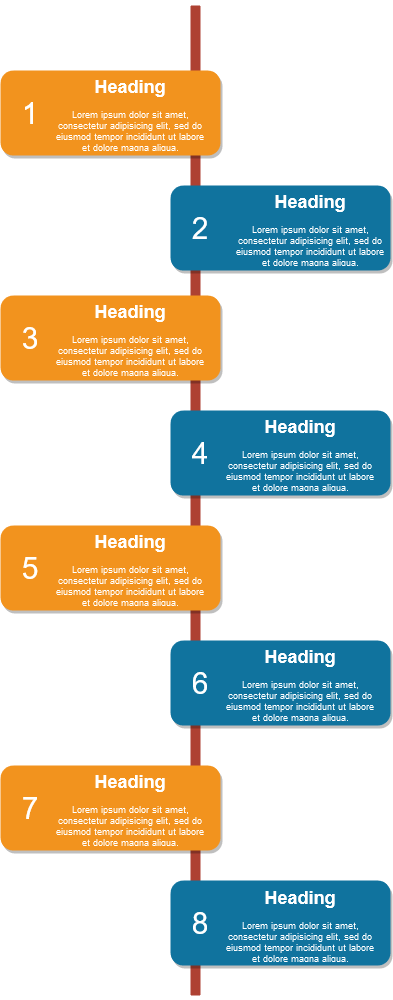
Above: SSDLCProcess.png in Lino-DC/SDLC (draw.io), before the change. Source tidied: cells renumbered, new cells last; positions are measured from the earlier drawing's top-left corner, leaving out a move shared by most shapes.
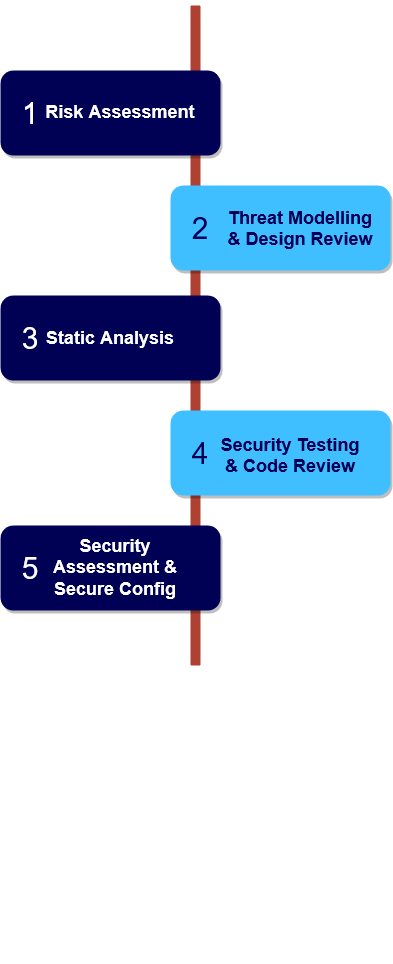
The same file after the commit.

Change to the diagram source:
```diff
@@ -3,77 +3,56 @@
     <mxCell id="0" />
     <mxCell id="1" parent="0" />
     <mxCell id="2" style="line;strokeWidth=10;direction=south;html=1;fillColor=none;fontSize=13;fontColor=#000000;align=center;strokeColor=#AE4132;" parent="1" vertex="1">
-      <mxGeometry x="190" width="10" height="990" as="geometry" />
+      <mxGeometry x="190" width="10" height="660" as="geometry" />
     </mxCell>
-    <mxCell id="3" style="rounded=1;whiteSpace=wrap;html=1;strokeColor=none;strokeWidth=1;fillColor=#F2931E;fontSize=13;fontColor=#FFFFFF;align=center;gradientColor=none;gradientDirection=east;verticalAlign=top;shadow=1;" parent="1" vertex="1">
+    <mxCell id="3" style="rounded=1;whiteSpace=wrap;html=1;strokeColor=none;strokeWidth=1;fillColor=#000054;fontSize=13;fontColor=#FFFFFF;align=center;gradientColor=none;gradientDirection=east;verticalAlign=top;shadow=1;" parent="1" vertex="1">
       <mxGeometry y="65" width="220" height="85" as="geometry" />
     </mxCell>
     <mxCell id="4" value="1" style="text;html=1;strokeColor=none;fillColor=none;align=center;verticalAlign=middle;whiteSpace=wrap;fontSize=30;fontColor=#FFFFFF;" parent="1" vertex="1">
       <mxGeometry x="10" y="98" width="40" height="20" as="geometry" />
     </mxCell>
-    <mxCell id="5" style="rounded=1;whiteSpace=wrap;html=1;strokeColor=none;strokeWidth=1;fillColor=#10739E;fontSize=13;fontColor=#FFFFFF;align=center;gradientColor=none;gradientDirection=east;verticalAlign=top;shadow=1;" parent="1" vertex="1">
+    <mxCell id="5" style="rounded=1;whiteSpace=wrap;html=1;strokeColor=none;strokeWidth=1;fillColor=#3FBFFF;fontSize=13;fontColor=#FFFFFF;align=center;gradientColor=none;gradientDirection=east;verticalAlign=top;shadow=1;" parent="1" vertex="1">
       <mxGeometry x="170" y="180" width="220" height="85" as="geometry" />
     </mxCell>
-    <mxCell id="6" value="2" style="text;html=1;strokeColor=none;fillColor=none;align=center;verticalAlign=middle;whiteSpace=wrap;fontSize=30;fontColor=#FFFFFF;" parent="1" vertex="1">
+    <mxCell id="6" value="2" style="text;html=1;strokeColor=none;fillColor=none;align=center;verticalAlign=middle;whiteSpace=wrap;fontSize=30;fontColor=#000054;" parent="1" vertex="1">
       <mxGeometry x="180" y="213" width="40" height="20" as="geometry" />
     </mxCell>
-    <mxCell id="7" style="rounded=1;whiteSpace=wrap;html=1;strokeColor=none;strokeWidth=1;fillColor=#F2931E;fontSize=13;fontColor=#FFFFFF;align=center;gradientColor=none;gradientDirection=east;verticalAlign=top;shadow=1;" parent="1" vertex="1">
+    <mxCell id="7" style="rounded=1;whiteSpace=wrap;html=1;strokeColor=none;strokeWidth=1;fillColor=#000054;fontSize=13;fontColor=#FFFFFF;align=center;gradientColor=none;gradientDirection=east;verticalAlign=top;shadow=1;" parent="1" vertex="1">
       <mxGeometry y="290" width="220" height="85" as="geometry" />
     </mxCell>
     <mxCell id="8" value="3" style="text;html=1;strokeColor=none;fillColor=none;align=center;verticalAlign=middle;whiteSpace=wrap;fontSize=30;fontColor=#FFFFFF;" parent="1" vertex="1">
       <mxGeometry x="10" y="323" width="40" height="20" as="geometry" />
     </mxCell>
-    <mxCell id="9" style="rounded=1;whiteSpace=wrap;html=1;strokeColor=none;strokeWidth=1;fillColor=#10739E;fontSize=13;fontColor=#FFFFFF;align=center;gradientColor=none;gradientDirection=east;verticalAlign=top;shadow=1;" parent="1" vertex="1">
+    <mxCell id="9" style="rounded=1;whiteSpace=wrap;html=1;strokeColor=none;strokeWidth=1;fillColor=#3FBFFF;fontSize=13;fontColor=#FFFFFF;align=center;gradientColor=none;gradientDirection=east;verticalAlign=top;shadow=1;" parent="1" vertex="1">
       <mxGeometry x="170" y="405" width="220" height="85" as="geometry" />
     </mxCell>
-    <mxCell id="10" value="4" style="text;html=1;strokeColor=none;fillColor=none;align=center;verticalAlign=middle;whiteSpace=wrap;fontSize=30;fontColor=#FFFFFF;" parent="1" vertex="1">
+    <mxCell id="10" value="4" style="text;html=1;strokeColor=none;fillColor=none;align=center;verticalAlign=middle;whiteSpace=wrap;fontSize=30;fontColor=#000054;" parent="1" vertex="1">
       <mxGeometry x="180" y="438" width="40" height="20" as="geometry" />
     </mxCell>
-    <mxCell id="11" style="rounded=1;whiteSpace=wrap;html=1;strokeColor=none;strokeWidth=1;fillColor=#F2931E;fontSize=13;fontColor=#FFFFFF;align=center;gradientColor=none;gradientDirection=east;verticalAlign=top;shadow=1;" parent="1" vertex="1">
+    <mxCell id="11" style="rounded=1;whiteSpace=wrap;html=1;strokeColor=none;strokeWidth=1;fillColor=#000054;fontSize=13;fontColor=#FFFFFF;align=center;gradientColor=none;gradientDirection=east;verticalAlign=top;shadow=1;" parent="1" vertex="1">
       <mxGeometry y="520" width="220" height="85" as="geometry" />
     </mxCell>
     <mxCell id="12" value="5" style="text;html=1;strokeColor=none;fillColor=none;align=center;verticalAlign=middle;whiteSpace=wrap;fontSize=30;fontColor=#FFFFFF;" parent="1" vertex="1">
       <mxGeometry x="10" y="553" width="40" height="20" as="geometry" />
     </mxCell>
-    <mxCell id="13" style="rounded=1;whiteSpace=wrap;html=1;strokeColor=none;strokeWidth=1;fillColor=#10739E;fontSize=13;fontColor=#FFFFFF;align=center;gradientColor=none;gradientDirection=east;verticalAlign=top;shadow=1;" parent="1" vertex="1">
-      <mxGeometry x="170" y="635" width="220" height="85" as="geometry" />
-    </mxCell>
-    <mxCell id="14" value="6" style="text;html=1;strokeColor=none;fillColor=none;align=center;verticalAlign=middle;whiteSpace=wrap;fontSize=30;fontColor=#FFFFFF;" parent="1" vertex="1">
-      <mxGeometry x="180" y="668" width="40" height="20" as="geometry" />
-    </mxCell>
-    <mxCell id="15" style="rounded=1;whiteSpace=wrap;html=1;strokeColor=none;strokeWidth=1;fillColor=#F2931E;fontSize=13;fontColor=#FFFFFF;align=center;gradientColor=none;gradientDirection=east;verticalAlign=top;shadow=1;" parent="1" vertex="1">
-      <mxGeometry y="760" width="220" height="85" as="geometry" />
-    </mxCell>
-    <mxCell id="16" value="7" style="text;html=1;strokeColor=none;fillColor=none;align=center;verticalAlign=middle;whiteSpace=wrap;fontSize=30;fontColor=#FFFFFF;" parent="1" vertex="1">
-      <mxGeometry x="10" y="793" width="40" height="20" as="geometry" />
-    </mxCell>
-    <mxCell id="17" style="rounded=1;whiteSpace=wrap;html=1;strokeColor=none;strokeWidth=1;fillColor=#10739E;fontSize=13;fontColor=#FFFFFF;align=center;gradientColor=none;gradientDirection=east;verticalAlign=top;shadow=1;" parent="1" vertex="1">
-      <mxGeometry x="170" y="875" width="220" height="85" as="geometry" />
-    </mxCell>
-    <mxCell id="18" value="8" style="text;html=1;strokeColor=none;fillColor=none;align=center;verticalAlign=middle;whiteSpace=wrap;fontSize=30;fontColor=#FFFFFF;" parent="1" vertex="1">
-      <mxGeometry x="180" y="908" width="40" height="20" as="geometry" />
-    </mxCell>
-    <mxCell id="19" value="&lt;h1&gt;Heading&lt;/h1&gt;&lt;p&gt;Lorem ipsum dolor sit amet, consectetur adipisicing elit, sed do eiusmod tempor incididunt ut labore et dolore magna aliqua.&lt;/p&gt;" style="text;html=1;spacing=5;spacingTop=-20;whiteSpace=wrap;overflow=hidden;strokeColor=none;strokeWidth=4;fillColor=none;gradientColor=#007FFF;fontSize=9;fontColor=#FFFFFF;align=center;" parent="1" vertex="1">
-      <mxGeometry x="50" y="69" width="160" height="77" as="geometry" />
+    <mxCell id="19" value="&lt;h1&gt;Risk Assessment&lt;br&gt;&lt;/h1&gt;" style="text;html=1;spacing=5;spacingTop=-20;whiteSpace=wrap;overflow=hidden;strokeColor=none;strokeWidth=4;fillColor=none;gradientColor=#007FFF;fontSize=9;fontColor=#FFFFFF;align=center;" parent="1" vertex="1">
+      <mxGeometry x="40" y="93.5" width="160" height="29" as="geometry" />
     </mxCell>
-    <mxCell id="20" value="&lt;h1&gt;Heading&lt;/h1&gt;&lt;p&gt;Lorem ipsum dolor sit amet, consectetur adipisicing elit, sed do eiusmod tempor incididunt ut labore et dolore magna aliqua.&lt;/p&gt;" style="text;html=1;spacing=5;spacingTop=-20;whiteSpace=wrap;overflow=hidden;strokeColor=none;strokeWidth=4;fillColor=none;gradientColor=#007FFF;fontSize=9;fontColor=#FFFFFF;align=center;" parent="1" vertex="1">
-      <mxGeometry x="230" y="184" width="160" height="77" as="geometry" />
+    <mxCell id="20" value="&lt;h1&gt;&lt;font color=&quot;#000054&quot;&gt;Threat Modelling &amp;amp; Design Review&lt;br&gt;&lt;/font&gt;&lt;/h1&gt;" style="text;html=1;spacing=5;spacingTop=-20;whiteSpace=wrap;overflow=hidden;strokeColor=none;strokeWidth=4;fillColor=none;gradientColor=#007FFF;fontSize=9;fontColor=#FFFFFF;align=center;" parent="1" vertex="1">
+      <mxGeometry x="220" y="200" width="160" height="46" as="geometry" />
     </mxCell>
-    <mxCell id="21" value="&lt;h1&gt;Heading&lt;/h1&gt;&lt;p&gt;Lorem ipsum dolor sit amet, consectetur adipisicing elit, sed do eiusmod tempor incididunt ut labore et dolore magna aliqua.&lt;/p&gt;" style="text;html=1;spacing=5;spacingTop=-20;whiteSpace=wrap;overflow=hidden;strokeColor=none;strokeWidth=4;fillColor=none;gradientColor=#007FFF;fontSize=9;fontColor=#FFFFFF;align=center;" parent="1" vertex="1">
-      <mxGeometry x="50" y="294" width="160" height="77" as="geometry" />
+    <mxCell id="21" value="&lt;h1&gt;Static Analysis&lt;br&gt;&lt;/h1&gt;" style="text;html=1;spacing=5;spacingTop=-20;whiteSpace=wrap;overflow=hidden;strokeColor=none;strokeWidth=4;fillColor=none;gradientColor=#007FFF;fontSize=9;fontColor=#FFFFFF;align=center;" parent="1" vertex="1">
+      <mxGeometry x="35" y="320" width="150" height="26" as="geometry" />
     </mxCell>
-    <mxCell id="22" value="&lt;h1&gt;Heading&lt;/h1&gt;&lt;p&gt;Lorem ipsum dolor sit amet, consectetur adipisicing elit, sed do eiusmod tempor incididunt ut labore et dolore magna aliqua.&lt;/p&gt;" style="text;html=1;spacing=5;spacingTop=-20;whiteSpace=wrap;overflow=hidden;strokeColor=none;strokeWidth=4;fillColor=none;gradientColor=#007FFF;fontSize=9;fontColor=#FFFFFF;align=center;" parent="1" vertex="1">
-      <mxGeometry x="220" y="409" width="160" height="77" as="geometry" />
+    <mxCell id="22" value="&lt;h1&gt;Security Testing &amp;amp; Code Review&lt;br&gt;&lt;/h1&gt;" style="text;html=1;spacing=5;spacingTop=-20;whiteSpace=wrap;overflow=hidden;strokeColor=none;strokeWidth=4;fillColor=none;gradientColor=#007FFF;fontSize=9;fontColor=#000054;align=center;" parent="1" vertex="1">
+      <mxGeometry x="210" y="427" width="160" height="41" as="geometry" />
     </mxCell>
-    <mxCell id="23" value="&lt;h1&gt;Heading&lt;/h1&gt;&lt;p&gt;Lorem ipsum dolor sit amet, consectetur adipisicing elit, sed do eiusmod tempor incididunt ut labore et dolore magna aliqua.&lt;/p&gt;" style="text;html=1;spacing=5;spacingTop=-20;whiteSpace=wrap;overflow=hidden;strokeColor=none;strokeWidth=4;fillColor=none;gradientColor=#007FFF;fontSize=9;fontColor=#FFFFFF;align=center;" parent="1" vertex="1">
-      <mxGeometry x="50" y="524" width="160" height="77" as="geometry" />
+    <mxCell id="23" value="&lt;h1&gt;Security Assessment &amp;amp; Secure Config&lt;br&gt;&lt;/h1&gt;" style="text;html=1;spacing=5;spacingTop=-20;whiteSpace=wrap;overflow=hidden;strokeColor=none;strokeWidth=4;fillColor=none;gradientColor=#007FFF;fontSize=9;fontColor=#FFFFFF;align=center;" parent="1" vertex="1">
+      <mxGeometry x="35" y="527.5" width="160" height="71" as="geometry" />
     </mxCell>
     <mxCell id="24" value="&lt;h1&gt;Heading&lt;/h1&gt;&lt;p&gt;Lorem ipsum dolor sit amet, consectetur adipisicing elit, sed do eiusmod tempor incididunt ut labore et dolore magna aliqua.&lt;/p&gt;" style="text;html=1;spacing=5;spacingTop=-20;whiteSpace=wrap;overflow=hidden;strokeColor=none;strokeWidth=4;fillColor=none;gradientColor=#007FFF;fontSize=9;fontColor=#FFFFFF;align=center;" parent="1" vertex="1">
       <mxGeometry x="220" y="639" width="160" height="77" as="geometry" />
     </mxCell>
-    <mxCell id="25" value="&lt;h1&gt;Heading&lt;/h1&gt;&lt;p&gt;Lorem ipsum dolor sit amet, consectetur adipisicing elit, sed do eiusmod tempor incididunt ut labore et dolore magna aliqua.&lt;/p&gt;" style="text;html=1;spacing=5;spacingTop=-20;whiteSpace=wrap;overflow=hidden;strokeColor=none;strokeWidth=4;fillColor=none;gradientColor=#007FFF;fontSize=9;fontColor=#FFFFFF;align=center;" parent="1" vertex="1">
-      <mxGeometry x="50" y="764" width="160" height="77" as="geometry" />
-    </mxCell>
     <mxCell id="26" value="&lt;h1&gt;Heading&lt;/h1&gt;&lt;p&gt;Lorem ipsum dolor sit amet, consectetur adipisicing elit, sed do eiusmod tempor incididunt ut labore et dolore magna aliqua.&lt;/p&gt;" style="text;html=1;spacing=5;spacingTop=-20;whiteSpace=wrap;overflow=hidden;strokeColor=none;strokeWidth=4;fillColor=none;gradientColor=#007FFF;fontSize=9;fontColor=#FFFFFF;align=center;" parent="1" vertex="1">
       <mxGeometry x="220" y="880" width="160" height="77" as="geometry" />
     </mxCell>
```
